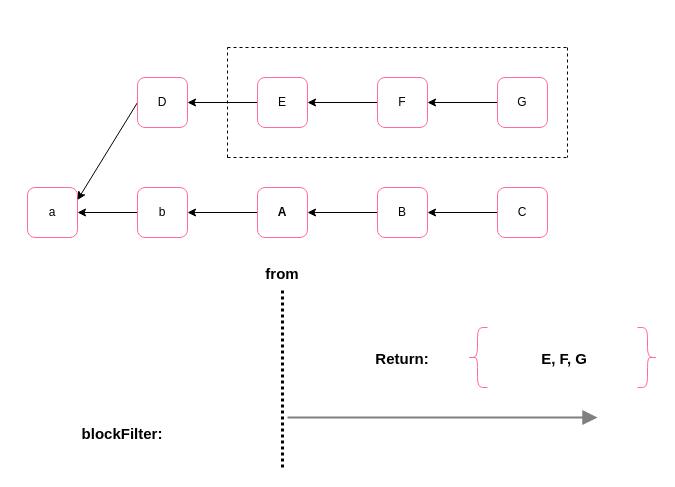
The draw.io diagram meganode-filters-to-optimize.drawio in aweneagle/aweneagle.github.io, before the edit. Source tidied: cells renumbered, new cells numbered last; positions are measured from the earlier drawing's top-left corner, leaving out a move shared by most shapes. Both pictures are drawn from the tidied source at 100%, with x=0, y=0 at pixel (17, 47).
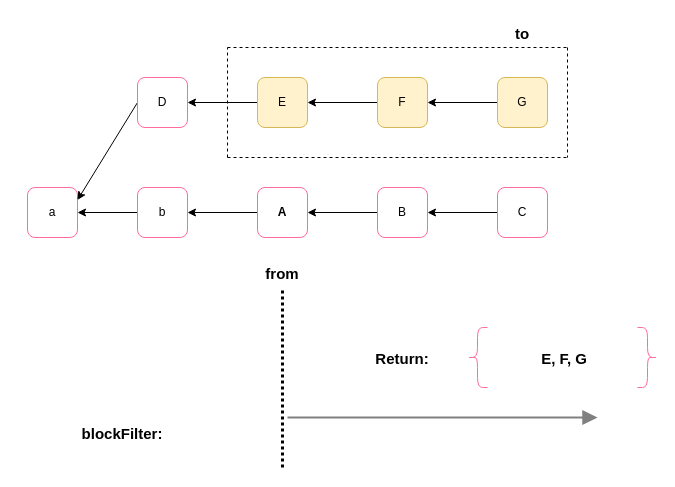
The same diagram, later.

What changed in the source:
```diff
@@
-    <mxCell id="14" value="E" style="rounded=1;whiteSpace=wrap;html=1;strokeColor=#FF6BA1;" parent="1" vertex="1">
+    <mxCell id="14" value="E" style="rounded=1;whiteSpace=wrap;html=1;strokeColor=#d6b656;fillColor=#fff2cc;" parent="1" vertex="1">
       <mxGeometry x="240" y="30" width="50" height="50" as="geometry" />
     </mxCell>
@@
-    <mxCell id="16" value="F" style="rounded=1;whiteSpace=wrap;html=1;strokeColor=#FF6BA1;" parent="1" vertex="1">
+    <mxCell id="16" value="F" style="rounded=1;whiteSpace=wrap;html=1;strokeColor=#d6b656;fillColor=#fff2cc;" parent="1" vertex="1">
       <mxGeometry x="360" y="30" width="50" height="50" as="geometry" />
     </mxCell>
@@
-    <mxCell id="18" value="G" style="rounded=1;whiteSpace=wrap;html=1;strokeColor=#FF6BA1;" parent="1" vertex="1">
+    <mxCell id="18" value="G" style="rounded=1;whiteSpace=wrap;html=1;strokeColor=#d6b656;fillColor=#fff2cc;" parent="1" vertex="1">
       <mxGeometry x="480" y="30" width="50" height="50" as="geometry" />
     </mxCell>
@@
+    <mxCell id="31" value="to" style="text;strokeColor=none;fillColor=none;align=center;verticalAlign=middle;spacingLeft=4;spacingRight=4;overflow=hidden;fontStyle=1;fontSize=15;" parent="1" vertex="1">
+      <mxGeometry x="465" y="-30" width="80" height="30" as="geometry" />
+    </mxCell>
```
